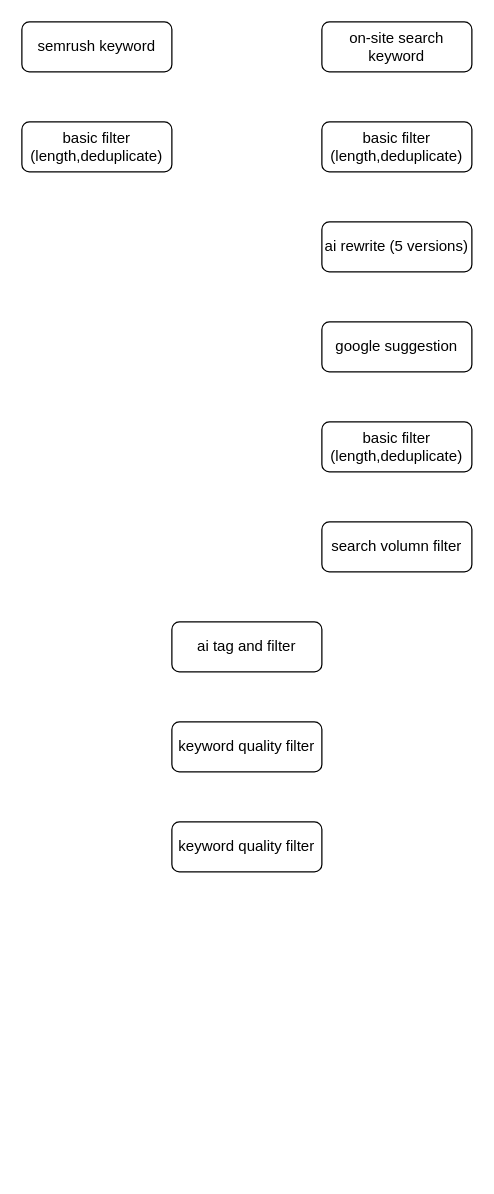
Earlier version of the draw.io diagram drawio/ep_showroom_new_page.drawio (VisableHarry/seo-drawio). Source tidied: cells renumbered, new cells numbered last; positions are measured from the earlier drawing's top-left corner, leaving out a move shared by most shapes. Both pictures are drawn from the tidied source at 125%, with x=0, y=0 at pixel (21, 21).
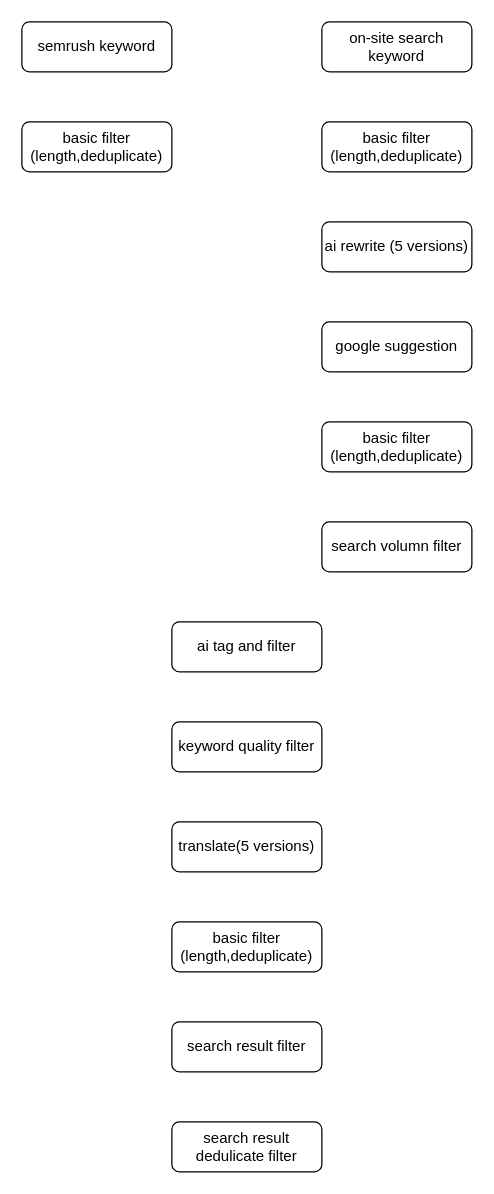
The same page after the edit.

What changed in the source:
```diff
@@
 <mxGraphModel>
   <root>
     <mxCell id="0" />
     <mxCell id="1" parent="0" />
     <mxCell id="2" value="semrush keyword" style="rounded=1;whiteSpace=wrap;html=1;" parent="1" vertex="1">
       <mxGeometry width="120" height="40" as="geometry" />
     </mxCell>
     <mxCell id="3" value="on-site search keyword" style="rounded=1;whiteSpace=wrap;html=1;" parent="1" vertex="1">
       <mxGeometry x="240" width="120" height="40" as="geometry" />
     </mxCell>
     <mxCell id="4" value="basic filter&lt;div&gt;(length,deduplicate)&lt;/div&gt;" style="rounded=1;whiteSpace=wrap;html=1;" parent="1" vertex="1">
       <mxGeometry y="80" width="120" height="40" as="geometry" />
     </mxCell>
     <mxCell id="5" value="ai rewrite (5 versions)" style="rounded=1;whiteSpace=wrap;html=1;" parent="1" vertex="1">
       <mxGeometry x="240" y="160" width="120" height="40" as="geometry" />
     </mxCell>
     <mxCell id="6" value="google suggestion" style="rounded=1;whiteSpace=wrap;html=1;" parent="1" vertex="1">
       <mxGeometry x="240" y="240" width="120" height="40" as="geometry" />
     </mxCell>
     <mxCell id="7" value="basic filter&lt;div&gt;(length,deduplicate)&lt;/div&gt;" style="rounded=1;whiteSpace=wrap;html=1;" parent="1" vertex="1">
       <mxGeometry x="240" y="80" width="120" height="40" as="geometry" />
     </mxCell>
     <mxCell id="8" value="basic filter&lt;div&gt;(length,deduplicate)&lt;/div&gt;" style="rounded=1;whiteSpace=wrap;html=1;" parent="1" vertex="1">
       <mxGeometry x="240" y="320" width="120" height="40" as="geometry" />
     </mxCell>
     <mxCell id="9" value="search volumn filter" style="rounded=1;whiteSpace=wrap;html=1;" parent="1" vertex="1">
       <mxGeometry x="240" y="400" width="120" height="40" as="geometry" />
     </mxCell>
     <mxCell id="10" value="ai tag and filter" style="rounded=1;whiteSpace=wrap;html=1;" parent="1" vertex="1">
       <mxGeometry x="120" y="480" width="120" height="40" as="geometry" />
     </mxCell>
     <mxCell id="11" value="keyword quality filter" style="rounded=1;whiteSpace=wrap;html=1;" parent="1" vertex="1">
       <mxGeometry x="120" y="560" width="120" height="40" as="geometry" />
     </mxCell>
-    <mxCell id="12" value="keyword quality filter" style="rounded=1;whiteSpace=wrap;html=1;" parent="1" vertex="1">
+    <mxCell id="12" value="translate(5 versions)" style="rounded=1;whiteSpace=wrap;html=1;" parent="1" vertex="1">
       <mxGeometry x="120" y="640" width="120" height="40" as="geometry" />
     </mxCell>
+    <mxCell id="13" value="basic filter&lt;div&gt;(length,deduplicate)&lt;/div&gt;" style="rounded=1;whiteSpace=wrap;html=1;" parent="1" vertex="1">
+      <mxGeometry x="120" y="720" width="120" height="40" as="geometry" />
+    </mxCell>
+    <mxCell id="14" value="search result filter" style="rounded=1;whiteSpace=wrap;html=1;" parent="1" vertex="1">
+      <mxGeometry x="120" y="800" width="120" height="40" as="geometry" />
+    </mxCell>
+    <mxCell id="15" value="search result dedulicate filter" style="rounded=1;whiteSpace=wrap;html=1;" parent="1" vertex="1">
+      <mxGeometry x="120" y="880" width="120" height="40" as="geometry" />
+    </mxCell>
   </root>
 </mxGraphModel>
```
